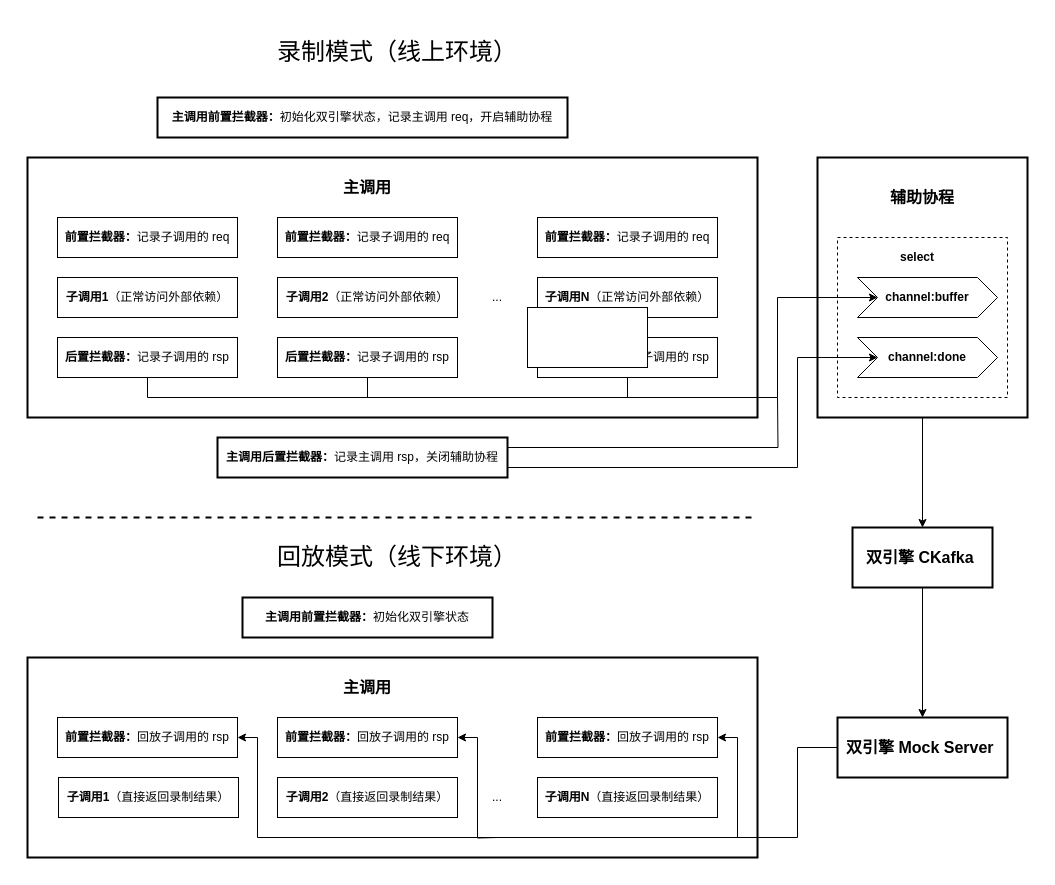
Above: 双引擎.drawio in zhx1586/Note (draw.io), before the change. Source tidied: cells renumbered, new cells numbered last; positions are measured from the earlier drawing's top-left corner, leaving out a move shared by most shapes. Both pictures are drawn from the tidied source at 100%, with x=0, y=0 at pixel (17, 17).
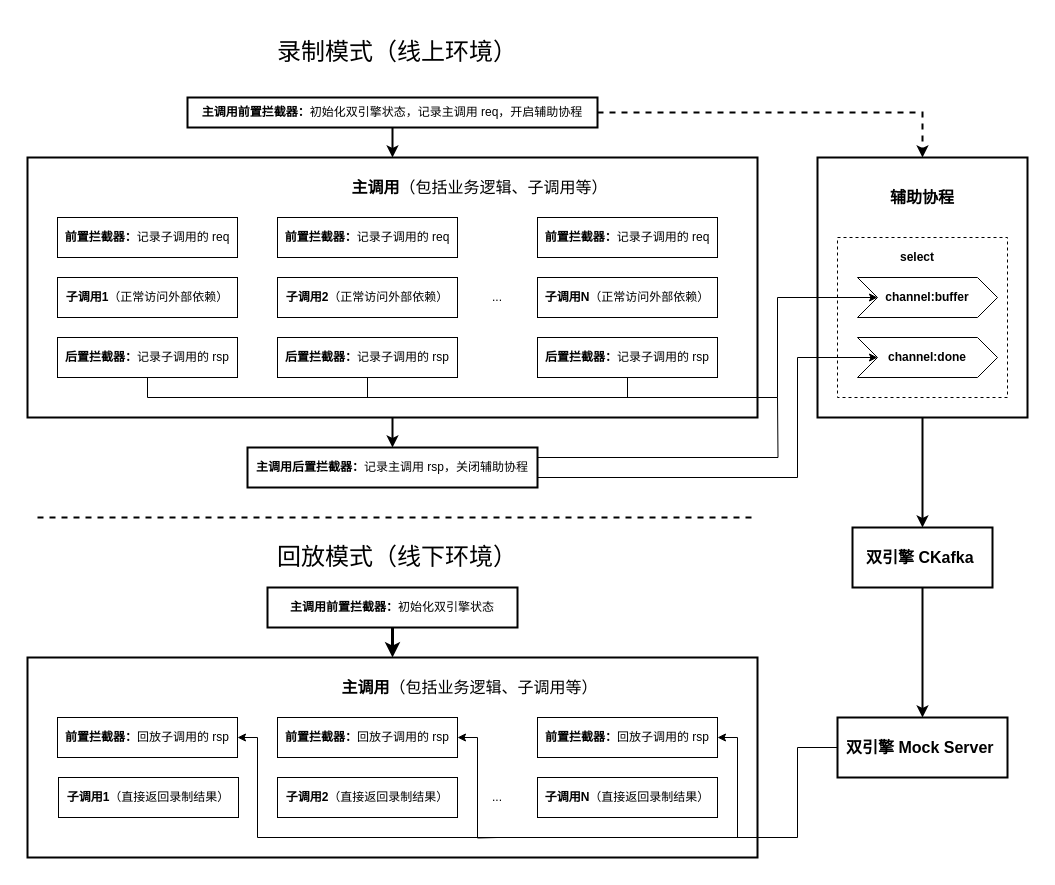
After the change.

The change refers to these unchanged cells:
```xml
<mxCell id="3" style="rounded=0;whiteSpace=wrap;html=1;strokeWidth=2;" parent="1" vertex="1">
  <mxGeometry x="10" y="640" width="730" height="200" as="geometry" />
</mxCell>
<mxCell id="5" style="rounded=0;whiteSpace=wrap;html=1;strokeWidth=2;" parent="1" vertex="1">
  <mxGeometry x="800" y="140" width="210" height="260" as="geometry" />
</mxCell>
<mxCell id="6" style="rounded=0;whiteSpace=wrap;html=1;strokeWidth=2;" parent="1" vertex="1">
  <mxGeometry x="10" y="140" width="730" height="260" as="geometry" />
</mxCell>
<mxCell id="22" value="&lt;b&gt;channel:done&lt;/b&gt;" style="shape=step;perimeter=stepPerimeter;whiteSpace=wrap;html=1;fixedSize=1;" parent="1" vertex="1">
  <mxGeometry x="840" y="320" width="140" height="40" as="geometry" />
</mxCell>
<mxCell id="32" value="&lt;font style=&quot;font-size: 16px&quot;&gt;&lt;b&gt;双引擎 CKafka&amp;nbsp;&lt;/b&gt;&lt;/font&gt;" style="rounded=0;whiteSpace=wrap;html=1;strokeWidth=2;" parent="1" vertex="1">
  <mxGeometry x="835" y="510" width="140" height="60" as="geometry" />
</mxCell>
<mxCell id="34" value="&lt;font style=&quot;font-size: 16px&quot;&gt;&lt;b&gt;双引擎 Mock Server&amp;nbsp;&lt;/b&gt;&lt;/font&gt;" style="rounded=0;whiteSpace=wrap;html=1;strokeWidth=2;" parent="1" vertex="1">
  <mxGeometry x="820" y="700" width="170" height="60" as="geometry" />
</mxCell>
```

What changed in the source:
```diff
@@
-    <mxCell id="4" style="edgeStyle=orthogonalEdgeStyle;rounded=0;jettySize=auto;html=1;exitX=0.5;exitY=1;exitDx=0;exitDy=0;entryX=0.5;entryY=0;entryDx=0;entryDy=0;endArrow=classic;endFill=1;" parent="1" edge="1" source="5" target="32">
+    <mxCell id="4" style="edgeStyle=orthogonalEdgeStyle;rounded=0;jettySize=auto;html=1;exitX=0.5;exitY=1;exitDx=0;exitDy=0;entryX=0.5;entryY=0;entryDx=0;entryDy=0;endArrow=classic;endFill=1;strokeWidth=2;" parent="1" edge="1" source="5" target="32">
       <mxGeometry relative="1" as="geometry" />
     </mxCell>
@@
+    <mxCell id="49" style="edgeStyle=orthogonalEdgeStyle;rounded=0;jettySize=auto;html=1;exitX=0.5;exitY=1;exitDx=0;exitDy=0;entryX=0.5;entryY=0;entryDx=0;entryDy=0;fillColor=#330000;strokeWidth=2;" parent="1" edge="1" source="6" target="28">
+      <mxGeometry relative="1" as="geometry" />
+    </mxCell>
@@
-    <mxCell id="25" value="&lt;font style=&quot;font-size: 16px&quot;&gt;&lt;b&gt;主调用&lt;/b&gt;&lt;/font&gt;" style="text;html=1;strokeColor=none;fillColor=none;align=center;verticalAlign=middle;whiteSpace=wrap;rounded=0;" parent="1" vertex="1">
-      <mxGeometry x="320" y="160" width="60" height="20" as="geometry" />
+    <mxCell id="25" value="&lt;font style=&quot;font-size: 16px&quot;&gt;&lt;b&gt;主调用&lt;/b&gt;（包括业务逻辑、子调用等）&lt;/font&gt;" style="text;html=1;strokeColor=none;fillColor=none;align=center;verticalAlign=middle;whiteSpace=wrap;rounded=0;" parent="1" vertex="1">
+      <mxGeometry x="300" y="160" width="325" height="20" as="geometry" />
     </mxCell>
@@
     <mxCell id="27" style="edgeStyle=orthogonalEdgeStyle;rounded=0;jettySize=auto;html=1;exitX=1;exitY=0.75;exitDx=0;exitDy=0;entryX=0;entryY=0.5;entryDx=0;entryDy=0;" parent="1" edge="1" source="28" target="22">
       <mxGeometry relative="1" as="geometry">
         <Array as="points">
-          <mxPoint x="780" y="450" />
+          <mxPoint x="780" y="460" />
           <mxPoint x="780" y="340" />
         </Array>
       </mxGeometry>
     </mxCell>
     <mxCell id="28" value="&lt;b&gt;主调用后置拦截器：&lt;/b&gt;记录主调用 rsp，关闭辅助协程" style="rounded=0;whiteSpace=wrap;html=1;strokeWidth=2;" parent="1" vertex="1">
-      <mxGeometry x="200" y="420" width="290" height="40" as="geometry" />
+      <mxGeometry x="230" y="430" width="290" height="40" as="geometry" />
     </mxCell>
+    <mxCell id="50" style="edgeStyle=orthogonalEdgeStyle;rounded=0;jettySize=auto;html=1;exitX=0.5;exitY=1;exitDx=0;exitDy=0;fillColor=#330000;strokeWidth=2;" parent="1" edge="1" source="29" target="6">
+      <mxGeometry relative="1" as="geometry" />
+    </mxCell>
+    <mxCell id="51" style="edgeStyle=orthogonalEdgeStyle;rounded=0;jettySize=auto;html=1;exitX=1;exitY=0.5;exitDx=0;exitDy=0;strokeWidth=2;fillColor=#330000;dashed=1;" parent="1" edge="1" source="29" target="5">
+      <mxGeometry relative="1" as="geometry" />
+    </mxCell>
     <mxCell id="29" value="&lt;b&gt;主调用前置拦截器：&lt;/b&gt;初始化双引擎状态，记录主调用 req，开启辅助协程" style="rounded=0;whiteSpace=wrap;html=1;strokeWidth=2;" parent="1" vertex="1">
-      <mxGeometry x="140" y="80" width="410" height="40" as="geometry" />
+      <mxGeometry x="170" y="80" width="410" height="30" as="geometry" />
     </mxCell>
@@
-    <mxCell id="31" style="edgeStyle=orthogonalEdgeStyle;rounded=0;jettySize=auto;html=1;exitX=0.5;exitY=1;exitDx=0;exitDy=0;entryX=0.5;entryY=0;entryDx=0;entryDy=0;endArrow=classic;endFill=1;" parent="1" edge="1" source="32" target="34">
+    <mxCell id="31" style="edgeStyle=orthogonalEdgeStyle;rounded=0;jettySize=auto;html=1;exitX=0.5;exitY=1;exitDx=0;exitDy=0;entryX=0.5;entryY=0;entryDx=0;entryDy=0;endArrow=classic;endFill=1;strokeWidth=2;" parent="1" edge="1" source="32" target="34">
       <mxGeometry relative="1" as="geometry" />
     </mxCell>
@@
-    <mxCell id="43" value="&lt;font style=&quot;font-size: 16px&quot;&gt;&lt;b&gt;主调用&lt;/b&gt;&lt;/font&gt;" style="text;html=1;strokeColor=none;fillColor=none;align=center;verticalAlign=middle;whiteSpace=wrap;rounded=0;" parent="1" vertex="1">
-      <mxGeometry x="320" y="660" width="60" height="20" as="geometry" />
-    </mxCell>
@@
+    <mxCell id="52" style="edgeStyle=orthogonalEdgeStyle;rounded=0;jettySize=auto;html=1;exitX=0.5;exitY=1;exitDx=0;exitDy=0;entryX=0.5;entryY=0;entryDx=0;entryDy=0;strokeWidth=3;fillColor=#330000;" parent="1" edge="1" source="46" target="3">
+      <mxGeometry relative="1" as="geometry" />
+    </mxCell>
     <mxCell id="46" value="&lt;b&gt;主调用前置拦截器：&lt;/b&gt;初始化双引擎状态" style="rounded=0;whiteSpace=wrap;html=1;strokeWidth=2;" parent="1" vertex="1">
-      <mxGeometry x="225" y="580" width="250" height="40" as="geometry" />
+      <mxGeometry x="250" y="570" width="250" height="40" as="geometry" />
     </mxCell>
@@
-    <mxCell id="48" style="rounded=0;whiteSpace=wrap;html=1;" parent="1" vertex="1">
-      <mxGeometry x="510" y="290" width="120" height="60" as="geometry" />
-    </mxCell>
+    <mxCell id="53" style="edgeStyle=orthogonalEdgeStyle;rounded=0;orthogonalLoop=1;jettySize=auto;html=1;exitX=0.5;exitY=1;exitDx=0;exitDy=0;" parent="1" edge="1" source="29" target="29">
+      <mxGeometry relative="1" as="geometry" />
+    </mxCell>
+    <mxCell id="54" value="&lt;font style=&quot;font-size: 16px&quot;&gt;&lt;b&gt;主调用&lt;/b&gt;（包括业务逻辑、子调用等）&lt;/font&gt;" style="text;html=1;strokeColor=none;fillColor=none;align=center;verticalAlign=middle;whiteSpace=wrap;rounded=0;" parent="1" vertex="1">
+      <mxGeometry x="290" y="660" width="325" height="20" as="geometry" />
+    </mxCell>
```
